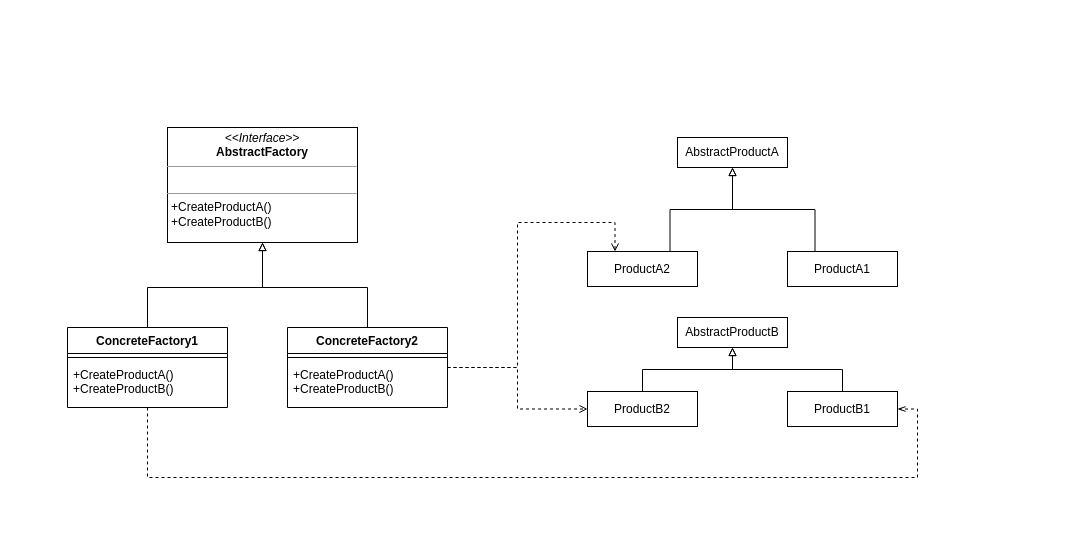
The draw.io diagram 设计模式/抽象工厂.drawio in Fuku-L/draw-io-repo, before the edit. Source tidied: cells renumbered, new cells numbered last; positions are measured from the earlier drawing's top-left corner, leaving out a move shared by most shapes. Both pictures are drawn from the tidied source at 100%, with x=0, y=0 at pixel (67, 127).
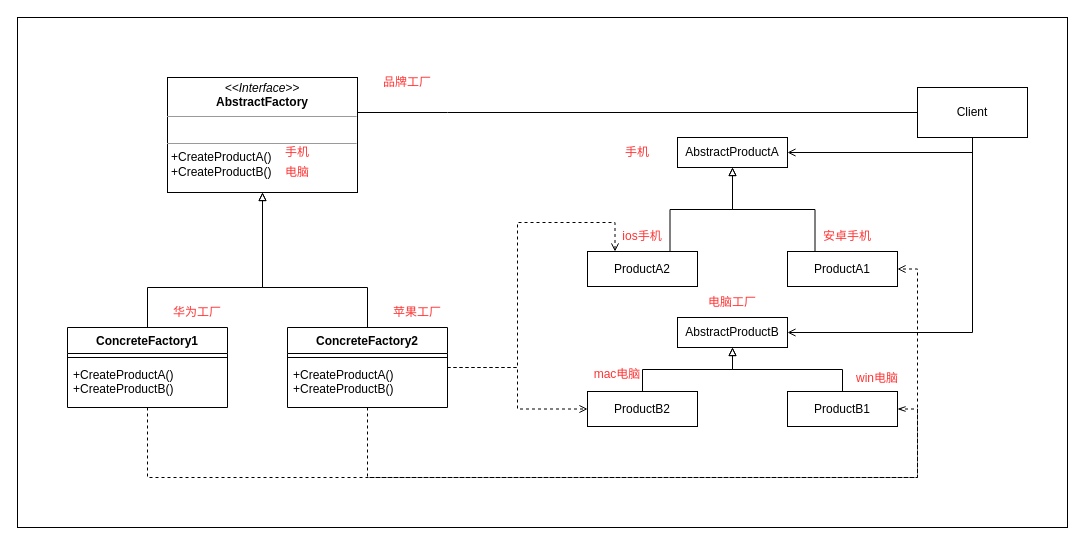
After the change.

Commit message:
更新抽象工厂.drawio

The change refers to these unchanged cells:
```xml
<mxCell id="11" value="ConcreteFactory2" style="swimlane;fontStyle=1;align=center;verticalAlign=top;horizontal=1;startSize=26;whiteSpace=wrap;html=1;" parent="1" vertex="1">
  <mxGeometry x="220" y="200" width="160" height="80" as="geometry" />
</mxCell>
<mxCell id="17" value="ProductA1" style="html=1;whiteSpace=wrap;" parent="1" vertex="1">
  <mxGeometry x="720" y="124" width="110" height="35" as="geometry" />
</mxCell>
<mxCell id="22" value="AbstractProductB" style="html=1;whiteSpace=wrap;" parent="1" vertex="1">
  <mxGeometry x="610" y="190" width="110" height="30" as="geometry" />
</mxCell>
<mxCell id="23" value="AbstractProductA" style="html=1;whiteSpace=wrap;" parent="1" vertex="1">
  <mxGeometry x="610" y="10" width="110" height="30" as="geometry" />
</mxCell>
```

Diff of the diagram source:
```diff
@@
+    <mxCell id="24" style="rounded=0;whiteSpace=wrap;html=1;" parent="1" vertex="1">
+      <mxGeometry x="-50" y="-110" width="1050" height="510" as="geometry" />
+    </mxCell>
+    <mxCell id="25" style="edgeStyle=orthogonalEdgeStyle;rounded=0;jettySize=auto;html=1;entryX=0;entryY=0.5;entryDx=0;entryDy=0;endArrow=none;endFill=0;" parent="1" edge="1" source="2" target="29">
+      <mxGeometry relative="1" as="geometry">
+        <Array as="points">
+          <mxPoint x="380" y="-15" />
+          <mxPoint x="380" y="-15" />
+        </Array>
+      </mxGeometry>
+    </mxCell>
     <mxCell id="2" value="&lt;p style=&quot;margin:0px;margin-top:4px;text-align:center;&quot;&gt;&lt;i style=&quot;border-color: var(--border-color);&quot;&gt;&amp;lt;&amp;lt;Interface&amp;gt;&amp;gt;&lt;/i&gt;&lt;br style=&quot;border-color: var(--border-color);&quot;&gt;&lt;b style=&quot;border-color: var(--border-color);&quot;&gt;AbstractFactory&lt;/b&gt;&lt;br&gt;&lt;/p&gt;&lt;hr size=&quot;1&quot;&gt;&lt;p style=&quot;margin:0px;margin-left:4px;&quot;&gt;&lt;br&gt;&lt;/p&gt;&lt;hr size=&quot;1&quot;&gt;&lt;p style=&quot;border-color: var(--border-color); margin: 0px 0px 0px 4px;&quot;&gt;+CreateProductA()&lt;/p&gt;&lt;p style=&quot;border-color: var(--border-color); margin: 0px 0px 0px 4px;&quot;&gt;+CreateProductB()&lt;/p&gt;" style="verticalAlign=top;align=left;overflow=fill;fontSize=12;fontFamily=Helvetica;html=1;whiteSpace=wrap;" parent="1" vertex="1">
-      <mxGeometry x="100" width="190" height="115" as="geometry" />
+      <mxGeometry x="100" y="-50" width="190" height="115" as="geometry" />
     </mxCell>
@@
+    <mxCell id="26" style="edgeStyle=orthogonalEdgeStyle;rounded=0;jettySize=auto;html=1;entryX=1;entryY=0.5;entryDx=0;entryDy=0;dashed=1;endArrow=open;endFill=0;" parent="1" edge="1" source="11" target="17">
+      <mxGeometry relative="1" as="geometry">
+        <Array as="points">
+          <mxPoint x="300" y="350" />
+          <mxPoint x="850" y="350" />
+          <mxPoint x="850" y="142" />
+        </Array>
+      </mxGeometry>
+    </mxCell>
@@
+    <mxCell id="27" style="edgeStyle=orthogonalEdgeStyle;rounded=0;jettySize=auto;html=1;entryX=1;entryY=0.5;entryDx=0;entryDy=0;endArrow=open;endFill=0;" parent="1" edge="1" source="29" target="23">
+      <mxGeometry relative="1" as="geometry">
+        <Array as="points">
+          <mxPoint x="905" y="25" />
+        </Array>
+      </mxGeometry>
+    </mxCell>
+    <mxCell id="28" style="edgeStyle=orthogonalEdgeStyle;rounded=0;jettySize=auto;html=1;entryX=1;entryY=0.5;entryDx=0;entryDy=0;endArrow=open;endFill=0;" parent="1" edge="1" source="29" target="22">
+      <mxGeometry relative="1" as="geometry">
+        <Array as="points">
+          <mxPoint x="905" y="205" />
+        </Array>
+      </mxGeometry>
+    </mxCell>
+    <mxCell id="29" value="Client" style="html=1;whiteSpace=wrap;" parent="1" vertex="1">
+      <mxGeometry x="850" y="-40" width="110" height="50" as="geometry" />
+    </mxCell>
+    <mxCell id="30" value="品牌工厂" style="text;html=1;strokeColor=none;fillColor=none;align=center;verticalAlign=middle;whiteSpace=wrap;rounded=0;fontColor=#FF3333;" parent="1" vertex="1">
+      <mxGeometry x="310" y="-60" width="60" height="30" as="geometry" />
+    </mxCell>
+    <mxCell id="31" value="华为工厂" style="text;html=1;strokeColor=none;fillColor=none;align=center;verticalAlign=middle;whiteSpace=wrap;rounded=0;fontColor=#FF3333;" parent="1" vertex="1">
+      <mxGeometry x="100" y="170" width="60" height="30" as="geometry" />
+    </mxCell>
+    <mxCell id="32" value="苹果工厂" style="text;html=1;strokeColor=none;fillColor=none;align=center;verticalAlign=middle;whiteSpace=wrap;rounded=0;fontColor=#FF3333;" parent="1" vertex="1">
+      <mxGeometry x="320" y="170" width="60" height="30" as="geometry" />
+    </mxCell>
+    <mxCell id="33" value="手机" style="text;html=1;strokeColor=none;fillColor=none;align=center;verticalAlign=middle;whiteSpace=wrap;rounded=0;fontColor=#FF3333;" parent="1" vertex="1">
+      <mxGeometry x="200" y="10" width="60" height="30" as="geometry" />
+    </mxCell>
+    <mxCell id="34" value="电脑" style="text;html=1;strokeColor=none;fillColor=none;align=center;verticalAlign=middle;whiteSpace=wrap;rounded=0;fontColor=#FF3333;" parent="1" vertex="1">
+      <mxGeometry x="200" y="30" width="60" height="30" as="geometry" />
+    </mxCell>
+    <mxCell id="35" value="ios手机" style="text;html=1;strokeColor=none;fillColor=none;align=center;verticalAlign=middle;whiteSpace=wrap;rounded=0;fontColor=#FF3333;" parent="1" vertex="1">
+      <mxGeometry x="545" y="94" width="60" height="30" as="geometry" />
+    </mxCell>
+    <mxCell id="36" value="电脑工厂" style="text;html=1;strokeColor=none;fillColor=none;align=center;verticalAlign=middle;whiteSpace=wrap;rounded=0;fontColor=#FF3333;" parent="1" vertex="1">
+      <mxGeometry x="635" y="160" width="60" height="30" as="geometry" />
+    </mxCell>
+    <mxCell id="37" value="手机" style="text;html=1;strokeColor=none;fillColor=none;align=center;verticalAlign=middle;whiteSpace=wrap;rounded=0;fontColor=#FF3333;" parent="1" vertex="1">
+      <mxGeometry x="540" y="10" width="60" height="30" as="geometry" />
+    </mxCell>
+    <mxCell id="38" value="mac电脑" style="text;html=1;strokeColor=none;fillColor=none;align=center;verticalAlign=middle;whiteSpace=wrap;rounded=0;fontColor=#FF3333;" parent="1" vertex="1">
+      <mxGeometry x="520" y="234" width="60" height="26" as="geometry" />
+    </mxCell>
+    <mxCell id="39" value="安卓手机" style="text;html=1;strokeColor=none;fillColor=none;align=center;verticalAlign=middle;whiteSpace=wrap;rounded=0;fontColor=#FF3333;" parent="1" vertex="1">
+      <mxGeometry x="750" y="94" width="60" height="30" as="geometry" />
+    </mxCell>
+    <mxCell id="40" value="win电脑" style="text;html=1;strokeColor=none;fillColor=none;align=center;verticalAlign=middle;whiteSpace=wrap;rounded=0;fontColor=#FF3333;" parent="1" vertex="1">
+      <mxGeometry x="780" y="238" width="60" height="26" as="geometry" />
+    </mxCell>
```
